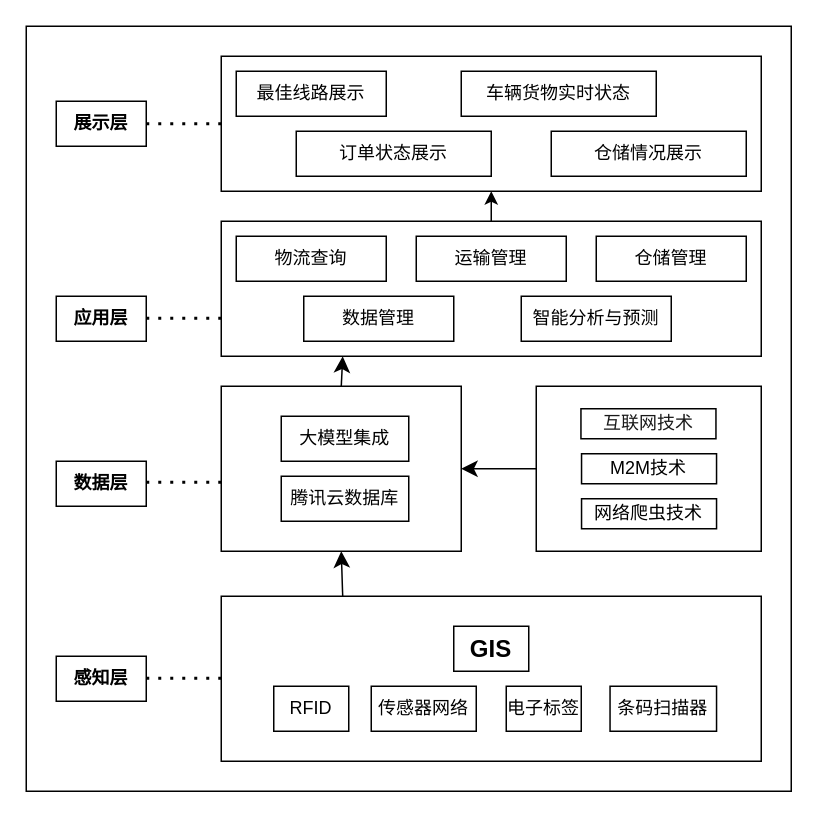
Earlier version of the draw.io diagram page "第 2 页" (2 of 2) of 供应链项目.drawio (Li-cencen/UML). Source tidied: cells renumbered, new cells numbered last; positions are measured from the earlier drawing's top-left corner, leaving out a move shared by most shapes. Both pictures are drawn from the tidied source at 150%, with x=0, y=0 at pixel (26, 26).
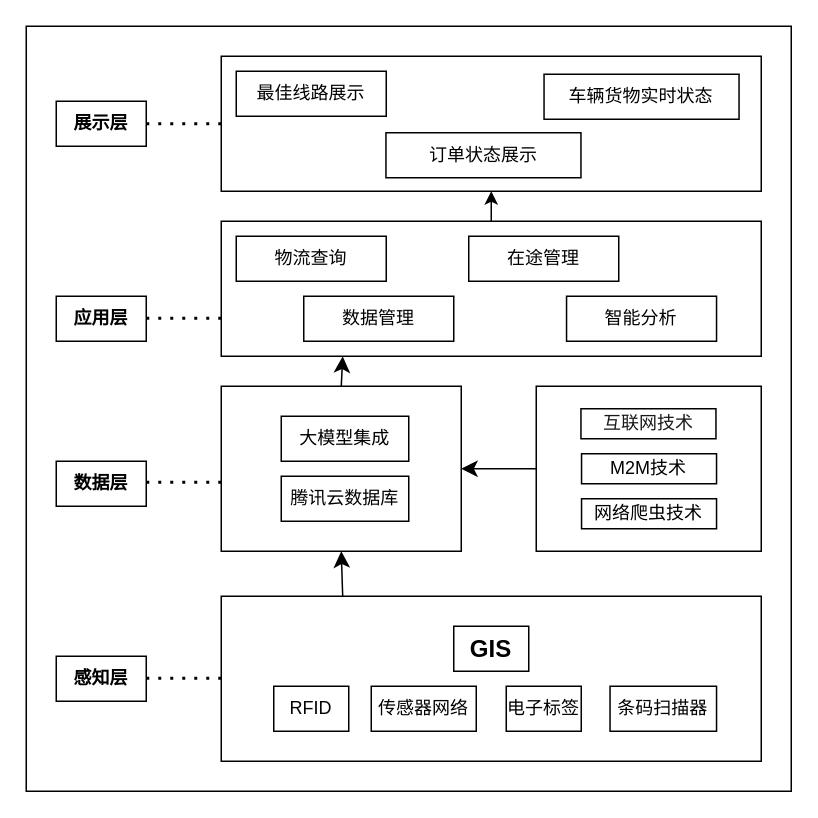
The same diagram, later.

What changed in the source:
```diff
@@
-    <mxCell id="9" value="运输管理" style="rounded=0;whiteSpace=wrap;html=1;" parent="1" vertex="1">
-      <mxGeometry x="260" y="140" width="100" height="30" as="geometry" />
+    <mxCell id="9" value="在途管理" style="rounded=0;whiteSpace=wrap;html=1;" parent="1" vertex="1">
+      <mxGeometry x="295" y="140" width="100" height="30" as="geometry" />
     </mxCell>
-    <mxCell id="10" value="仓储管理" style="rounded=0;whiteSpace=wrap;html=1;" parent="1" vertex="1">
-      <mxGeometry x="380" y="140" width="100" height="30" as="geometry" />
-    </mxCell>
@@
     <mxCell id="14" value="车辆货物实时状态" style="rounded=0;whiteSpace=wrap;html=1;" parent="1" vertex="1">
-      <mxGeometry x="290" y="30" width="130" height="30" as="geometry" />
+      <mxGeometry x="345.2" y="32" width="130" height="30" as="geometry" />
     </mxCell>
     <mxCell id="15" value="订单状态展示" style="rounded=0;whiteSpace=wrap;html=1;" parent="1" vertex="1">
-      <mxGeometry x="180" y="70" width="130" height="30" as="geometry" />
+      <mxGeometry x="239.8" y="71" width="130" height="30" as="geometry" />
     </mxCell>
-    <mxCell id="16" value="仓储情况展示" style="rounded=0;whiteSpace=wrap;html=1;" parent="1" vertex="1">
-      <mxGeometry x="350" y="70" width="130" height="30" as="geometry" />
-    </mxCell>
@@
-    <mxCell id="29" value="智能分析与预测" style="rounded=0;whiteSpace=wrap;html=1;" parent="1" vertex="1">
-      <mxGeometry x="330" y="180" width="100" height="30" as="geometry" />
+    <mxCell id="29" value="智能分析" style="rounded=0;whiteSpace=wrap;html=1;" parent="1" vertex="1">
+      <mxGeometry x="360.2" y="180" width="100" height="30" as="geometry" />
     </mxCell>
```
